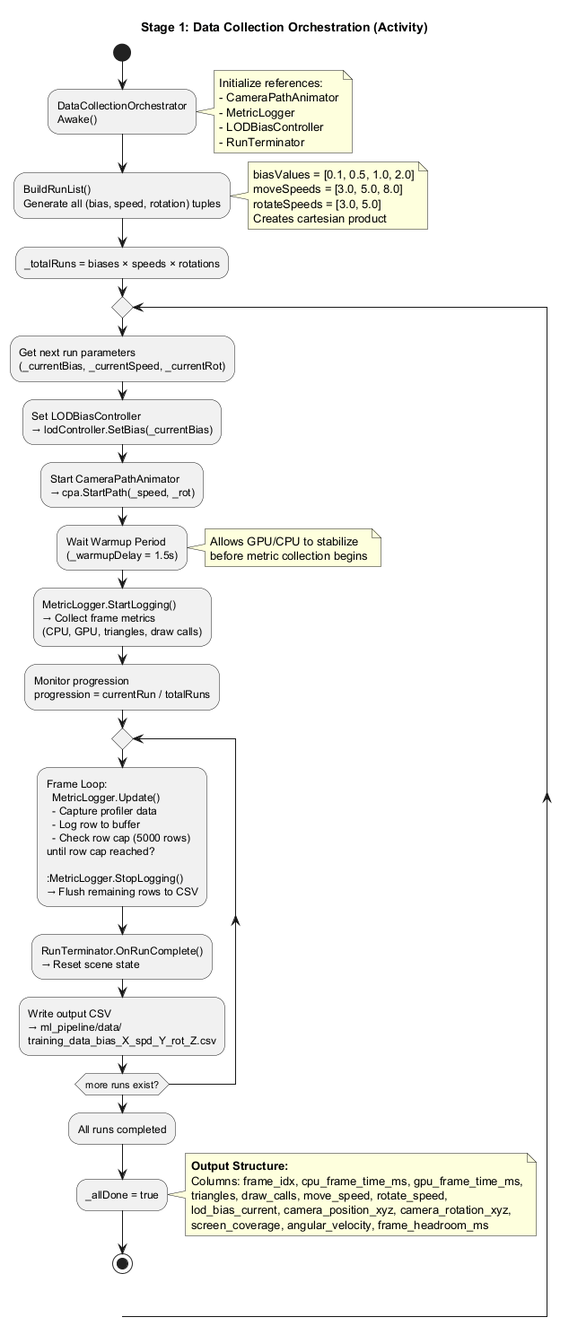
Earlier version of the PlantUML export ml_pipeline/Diagram/Stage_1/Stage_1_DataCollection_Orchestration.png (Silent0Wings/neural-lod). Its diagram source:
```plantuml
@startuml Stage_1_DataCollection_Orchestration

title Stage 1: Data Collection Orchestration (Activity)

start

:DataCollectionOrchestrator
Awake();
note right
  Initialize references:
  - CameraPathAnimator
  - MetricLogger
  - LODBiasController
  - RunTerminator
end note

:BuildRunList()
Generate all (bias, speed, rotation) tuples;
note right
  biasValues = [0.1, 0.5, 1.0, 2.0]
  moveSpeeds = [3.0, 5.0, 8.0]
  rotateSpeeds = [3.0, 5.0]
  Creates cartesian product
end note

:_totalRuns = biases × speeds × rotations;

repeat
  :Get next run parameters
  (_currentBias, _currentSpeed, _currentRot);

  :Set LODBiasController
  → lodController.SetBias(_currentBias);

  :Start CameraPathAnimator
  → cpa.StartPath(_speed, _rot);

  :Wait Warmup Period
  (_warmupDelay = 1.5s);
  note right
    Allows GPU/CPU to stabilize
    before metric collection begins
  end note

  :MetricLogger.StartLogging()
  → Collect frame metrics
  (CPU, GPU, triangles, draw calls);

  :Monitor progression
  progression = currentRun / totalRuns;

  repeat
    :Frame Loop:
    MetricLogger.Update()
    - Capture profiler data
    - Log row to buffer
    - Check row cap (5000 rows)
  until row cap reached?

  :MetricLogger.StopLogging()
  → Flush remaining rows to CSV;

  :RunTerminator.OnRunComplete()
  → Reset scene state;

  :Write output CSV
  → ml_pipeline/data/
  training_data_bias_X_spd_Y_rot_Z.csv;

repeat while (more runs exist?)

:All runs completed;
:_allDone = true;

note right
  **Output Structure:**
  Columns: frame_idx, cpu_frame_time_ms, gpu_frame_time_ms,
  triangles, draw_calls, move_speed, rotate_speed,
  lod_bias_current, camera_position_xyz, camera_rotation_xyz,
  screen_coverage, angular_velocity, frame_headroom_ms
end note

stop

@enduml
```
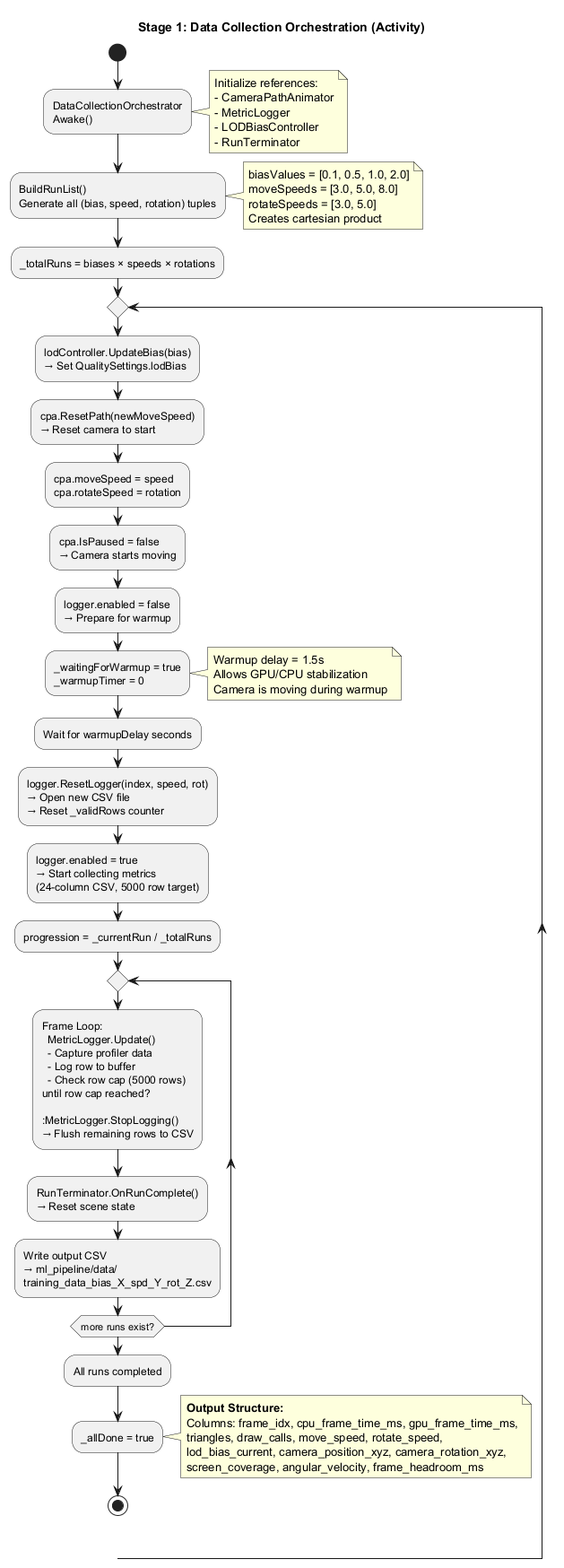
Above is the later version.

What changed in the source:
```diff
@@ -26,28 +26,40 @@
 :_totalRuns = biases × speeds × rotations;
 
 repeat
-  :Get next run parameters
-  (_currentBias, _currentSpeed, _currentRot);
+  :lodController.UpdateBias(bias)
+  → Set QualitySettings.lodBias;
 
-  :Set LODBiasController
-  → lodController.SetBias(_currentBias);
+  :cpa.ResetPath(newMoveSpeed)
+  → Reset camera to start;
 
-  :Start CameraPathAnimator
-  → cpa.StartPath(_speed, _rot);
+  :cpa.moveSpeed = speed
+  cpa.rotateSpeed = rotation;
 
-  :Wait Warmup Period
-  (_warmupDelay = 1.5s);
+  :cpa.IsPaused = false
+  → Camera starts moving;
+
+  :logger.enabled = false
+  → Prepare for warmup;
+
+  :_waitingForWarmup = true
+  _warmupTimer = 0;
   note right
-    Allows GPU/CPU to stabilize
-    before metric collection begins
+    Warmup delay = 1.5s
+    Allows GPU/CPU stabilization
+    Camera is moving during warmup
   end note
 
-  :MetricLogger.StartLogging()
-  → Collect frame metrics
-  (CPU, GPU, triangles, draw calls);
+  :Wait for warmupDelay seconds;
 
-  :Monitor progression
-  progression = currentRun / totalRuns;
+  :logger.ResetLogger(index, speed, rot)
+  → Open new CSV file
+  → Reset _validRows counter;
+
+  :logger.enabled = true
+  → Start collecting metrics
+  (24-column CSV, 5000 row target);
+
+  :progression = _currentRun / _totalRuns;
 
   repeat
     :Frame Loop:
```
